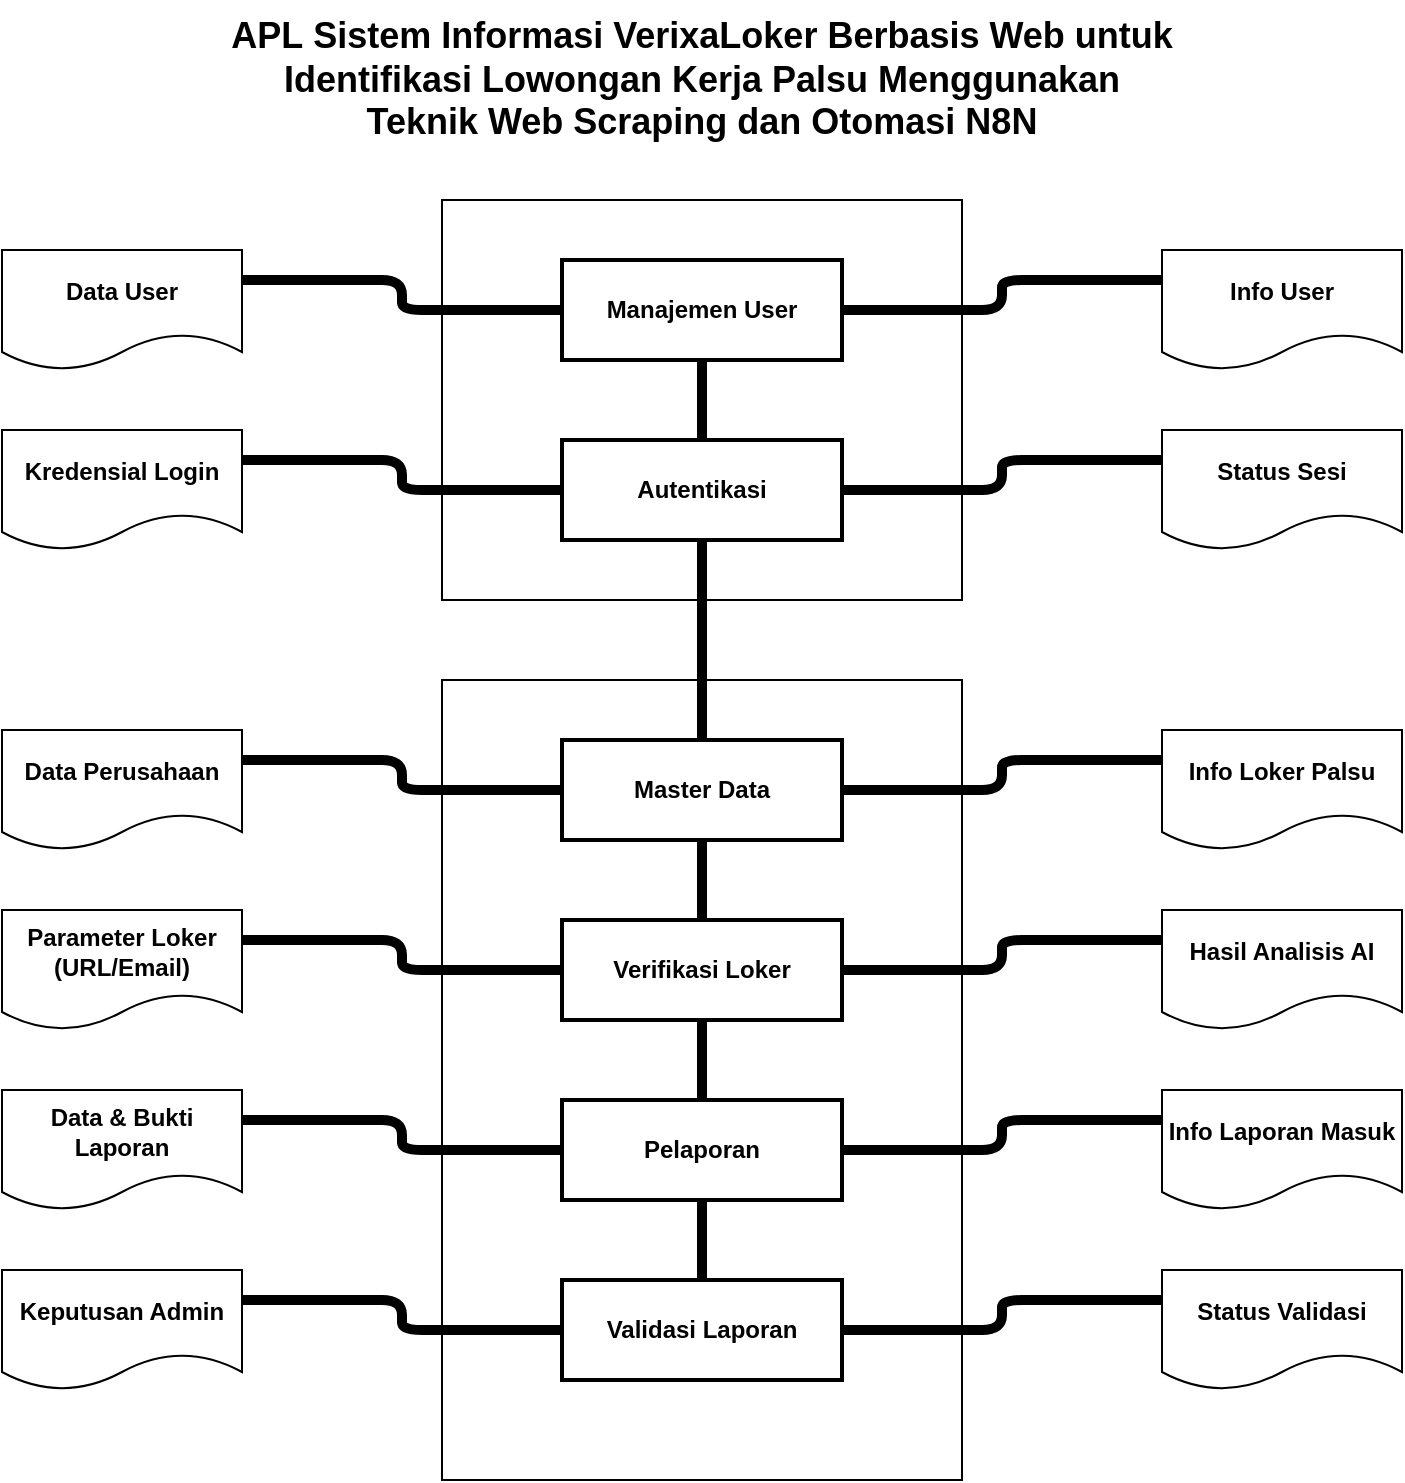
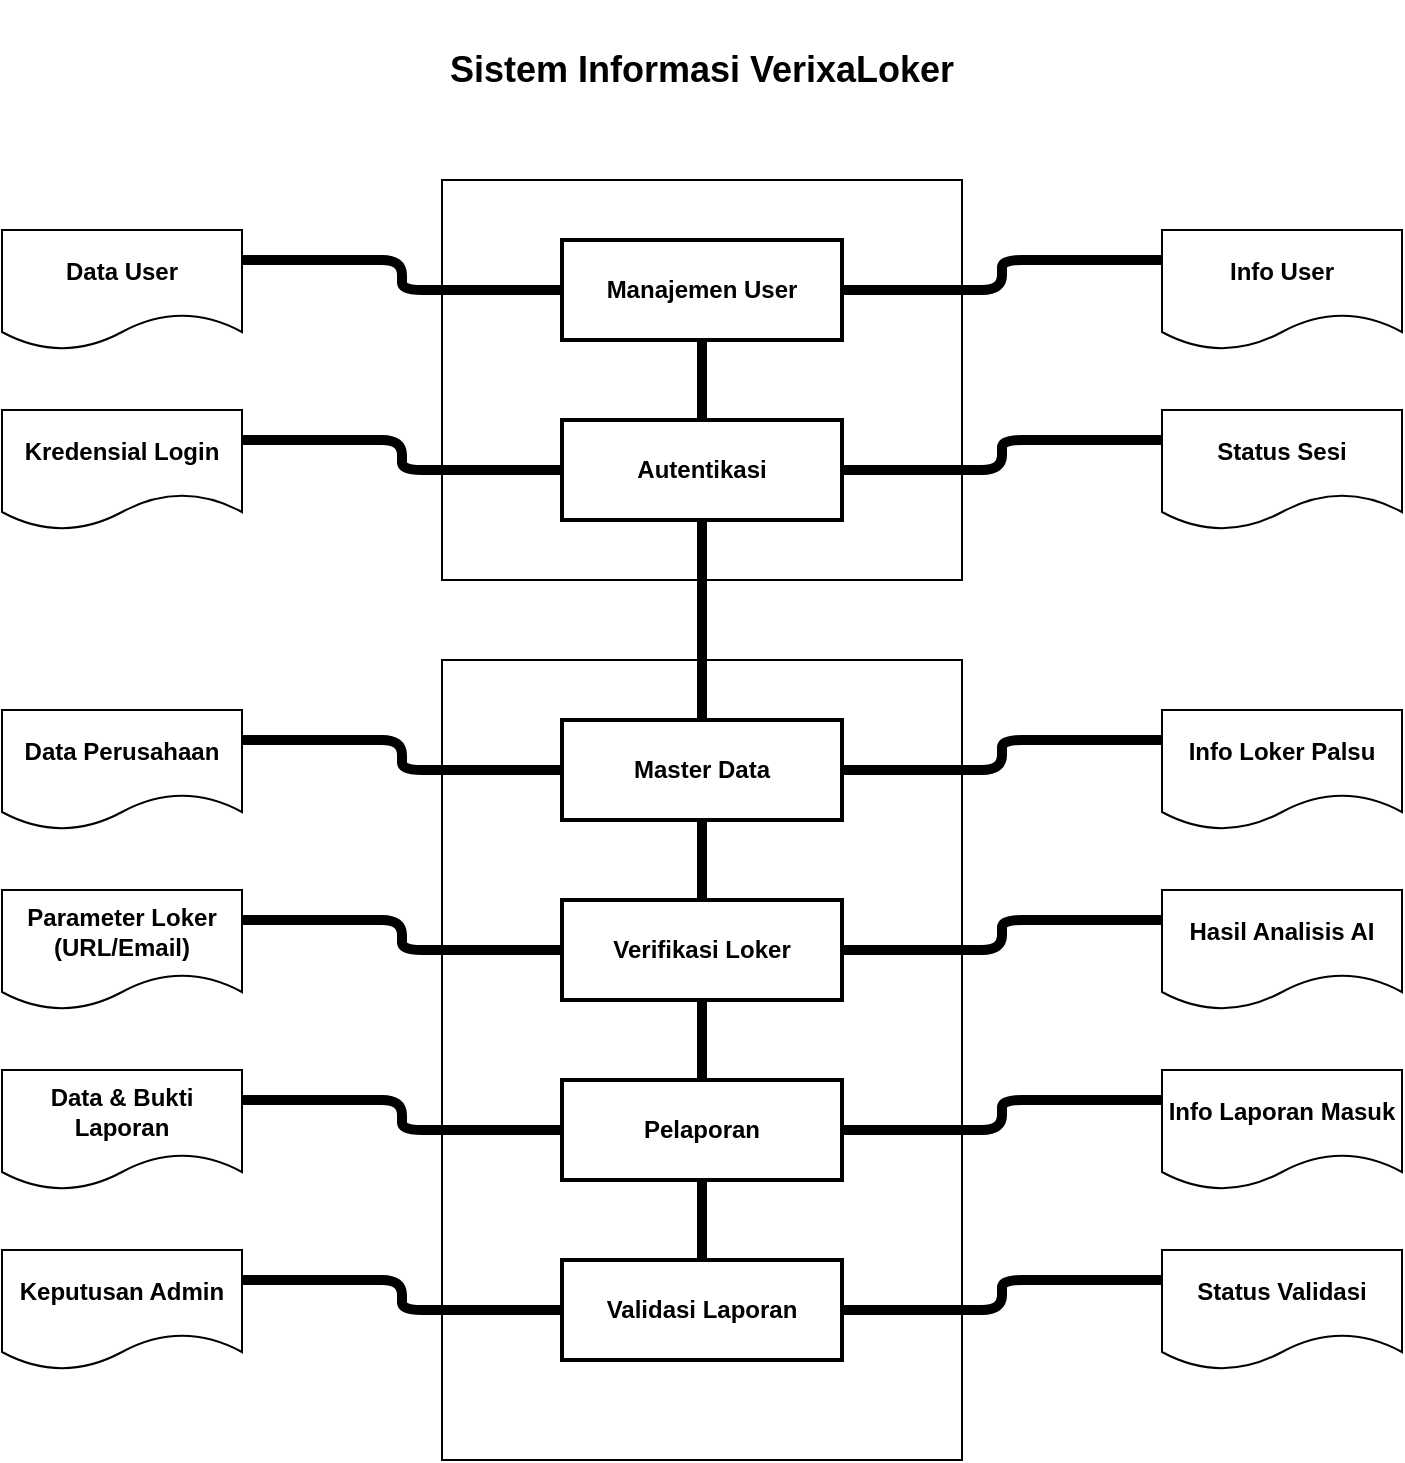
<mxfile host="app.diagrams.net">
  <diagram name="APL VerixaLoker" id="i-7SL1YVO0w94tZZ-Jdp">
    <mxGraphModel dx="1377" dy="751" grid="1" gridSize="10" guides="1" tooltips="1" connect="1" arrows="1" fold="1" page="1" pageScale="1" pageWidth="827" pageHeight="1169" math="0" shadow="0">
      <root>
        <mxCell id="0" />
        <mxCell id="1" parent="0" />
-         <mxCell id="0gd_UqL2Wvc8AEI8QQGb-2" parent="1" style="text;html=1;strokeColor=none;fillColor=none;align=center;verticalAlign=middle;whiteSpace=wrap;rounded=0;fontSize=18;fontStyle=1" value="&lt;div style=&quot;&quot;&gt;&lt;span style=&quot;background-color: transparent; color: light-dark(rgb(0, 0, 0), rgb(255, 255, 255));&quot;&gt;APL&amp;nbsp;Sistem Informasi VerixaLoker Berbasis Web untuk Identifikasi Lowongan Kerja Palsu Menggunakan Teknik Web Scraping dan Otomasi N8N&lt;/span&gt;&lt;/div&gt;" vertex="1">
-           <mxGeometry height="80" width="480" x="600" y="200" as="geometry" />
+         <mxCell id="0gd_UqL2Wvc8AEI8QQGb-2" parent="1" style="text;html=1;strokeColor=none;fillColor=none;align=center;verticalAlign=middle;whiteSpace=wrap;rounded=0;fontSize=18;fontStyle=1" value="&lt;div style=&quot;&quot;&gt;Sistem Informasi VerixaLoker&lt;/div&gt;" vertex="1">
+           <mxGeometry height="70" width="330" x="675" y="210" as="geometry" />
        </mxCell>
        <mxCell id="0gd_UqL2Wvc8AEI8QQGb-3" parent="1" style="whiteSpace=wrap;html=1;fillColor=none;strokeColor=#000000;strokeWidth=1;" value="" vertex="1">
          <mxGeometry height="200" width="260" x="710" y="300" as="geometry" />
        </mxCell>
        <mxCell id="0gd_UqL2Wvc8AEI8QQGb-4" parent="1" style="whiteSpace=wrap;html=1;fillColor=none;strokeColor=#000000;strokeWidth=1;" value="" vertex="1">
          <mxGeometry height="400" width="260" x="710" y="540" as="geometry" />
        </mxCell>
        <mxCell id="0gd_UqL2Wvc8AEI8QQGb-5" edge="1" parent="1" source="0gd_UqL2Wvc8AEI8QQGb-10" style="endArrow=none;endFill=0;strokeWidth=5;" target="0gd_UqL2Wvc8AEI8QQGb-11">
          <mxGeometry relative="1" as="geometry" />
        </mxCell>
        <mxCell id="0gd_UqL2Wvc8AEI8QQGb-6" edge="1" parent="1" source="0gd_UqL2Wvc8AEI8QQGb-11" style="endArrow=none;endFill=0;strokeWidth=5;" target="0gd_UqL2Wvc8AEI8QQGb-12">
          <mxGeometry relative="1" as="geometry" />
        </mxCell>
        <mxCell id="0gd_UqL2Wvc8AEI8QQGb-7" edge="1" parent="1" source="0gd_UqL2Wvc8AEI8QQGb-12" style="endArrow=none;endFill=0;strokeWidth=5;" target="0gd_UqL2Wvc8AEI8QQGb-13">
          <mxGeometry relative="1" as="geometry" />
        </mxCell>
        <mxCell id="0gd_UqL2Wvc8AEI8QQGb-8" edge="1" parent="1" source="0gd_UqL2Wvc8AEI8QQGb-13" style="endArrow=none;endFill=0;strokeWidth=5;" target="0gd_UqL2Wvc8AEI8QQGb-14">
          <mxGeometry relative="1" as="geometry" />
        </mxCell>
        <mxCell id="0gd_UqL2Wvc8AEI8QQGb-9" edge="1" parent="1" source="0gd_UqL2Wvc8AEI8QQGb-14" style="endArrow=none;endFill=0;strokeWidth=5;" target="0gd_UqL2Wvc8AEI8QQGb-15">
          <mxGeometry relative="1" as="geometry" />
        </mxCell>
        <mxCell id="0gd_UqL2Wvc8AEI8QQGb-10" parent="1" style="rounded=0;whiteSpace=wrap;html=1;fontStyle=1;strokeWidth=2;" value="Manajemen User" vertex="1">
          <mxGeometry height="50" width="140" x="770" y="330" as="geometry" />
        </mxCell>
        <mxCell id="0gd_UqL2Wvc8AEI8QQGb-11" parent="1" style="rounded=0;whiteSpace=wrap;html=1;fontStyle=1;strokeWidth=2;" value="Autentikasi" vertex="1">
          <mxGeometry height="50" width="140" x="770" y="420" as="geometry" />
        </mxCell>
        <mxCell id="0gd_UqL2Wvc8AEI8QQGb-12" parent="1" style="rounded=0;whiteSpace=wrap;html=1;fontStyle=1;strokeWidth=2;" value="Master Data" vertex="1">
          <mxGeometry height="50" width="140" x="770" y="570" as="geometry" />
        </mxCell>
        <mxCell id="0gd_UqL2Wvc8AEI8QQGb-13" parent="1" style="rounded=0;whiteSpace=wrap;html=1;fontStyle=1;strokeWidth=2;" value="Verifikasi Loker" vertex="1">
          <mxGeometry height="50" width="140" x="770" y="660" as="geometry" />
        </mxCell>
        <mxCell id="0gd_UqL2Wvc8AEI8QQGb-14" parent="1" style="rounded=0;whiteSpace=wrap;html=1;fontStyle=1;strokeWidth=2;" value="Pelaporan" vertex="1">
          <mxGeometry height="50" width="140" x="770" y="750" as="geometry" />
        </mxCell>
        <mxCell id="0gd_UqL2Wvc8AEI8QQGb-15" parent="1" style="rounded=0;whiteSpace=wrap;html=1;fontStyle=1;strokeWidth=2;" value="Validasi Laporan" vertex="1">
          <mxGeometry height="50" width="140" x="770" y="840" as="geometry" />
        </mxCell>
        <mxCell id="0gd_UqL2Wvc8AEI8QQGb-16" parent="1" style="shape=document;whiteSpace=wrap;html=1;boundedLbl=1;fontStyle=1;strokeWidth=1;" value="Data User" vertex="1">
          <mxGeometry height="60" width="120" x="490" y="325" as="geometry" />
        </mxCell>
        <mxCell id="0gd_UqL2Wvc8AEI8QQGb-17" parent="1" style="shape=document;whiteSpace=wrap;html=1;boundedLbl=1;fontStyle=1;strokeWidth=1;" value="Kredensial Login" vertex="1">
          <mxGeometry height="60" width="120" x="490" y="415" as="geometry" />
        </mxCell>
        <mxCell id="0gd_UqL2Wvc8AEI8QQGb-18" parent="1" style="shape=document;whiteSpace=wrap;html=1;boundedLbl=1;fontStyle=1;strokeWidth=1;" value="Data Perusahaan" vertex="1">
          <mxGeometry height="60" width="120" x="490" y="565" as="geometry" />
        </mxCell>
        <mxCell id="0gd_UqL2Wvc8AEI8QQGb-19" parent="1" style="shape=document;whiteSpace=wrap;html=1;boundedLbl=1;fontStyle=1;strokeWidth=1;" value="Parameter Loker&#xa;(URL/Email)" vertex="1">
          <mxGeometry height="60" width="120" x="490" y="655" as="geometry" />
        </mxCell>
        <mxCell id="0gd_UqL2Wvc8AEI8QQGb-20" parent="1" style="shape=document;whiteSpace=wrap;html=1;boundedLbl=1;fontStyle=1;strokeWidth=1;" value="Data &amp; Bukti Laporan" vertex="1">
          <mxGeometry height="60" width="120" x="490" y="745" as="geometry" />
        </mxCell>
        <mxCell id="0gd_UqL2Wvc8AEI8QQGb-21" parent="1" style="shape=document;whiteSpace=wrap;html=1;boundedLbl=1;fontStyle=1;strokeWidth=1;" value="Keputusan Admin" vertex="1">
          <mxGeometry height="60" width="120" x="490" y="835" as="geometry" />
        </mxCell>
        <mxCell id="0gd_UqL2Wvc8AEI8QQGb-22" parent="1" style="shape=document;whiteSpace=wrap;html=1;boundedLbl=1;fontStyle=1;strokeWidth=1;" value="Info User" vertex="1">
          <mxGeometry height="60" width="120" x="1070" y="325" as="geometry" />
        </mxCell>
        <mxCell id="0gd_UqL2Wvc8AEI8QQGb-23" parent="1" style="shape=document;whiteSpace=wrap;html=1;boundedLbl=1;fontStyle=1;strokeWidth=1;" value="Status Sesi" vertex="1">
          <mxGeometry height="60" width="120" x="1070" y="415" as="geometry" />
        </mxCell>
        <mxCell id="0gd_UqL2Wvc8AEI8QQGb-24" parent="1" style="shape=document;whiteSpace=wrap;html=1;boundedLbl=1;fontStyle=1;strokeWidth=1;" value="Info Loker Palsu" vertex="1">
          <mxGeometry height="60" width="120" x="1070" y="565" as="geometry" />
        </mxCell>
        <mxCell id="0gd_UqL2Wvc8AEI8QQGb-25" parent="1" style="shape=document;whiteSpace=wrap;html=1;boundedLbl=1;fontStyle=1;strokeWidth=1;" value="Hasil Analisis AI" vertex="1">
          <mxGeometry height="60" width="120" x="1070" y="655" as="geometry" />
        </mxCell>
        <mxCell id="0gd_UqL2Wvc8AEI8QQGb-26" parent="1" style="shape=document;whiteSpace=wrap;html=1;boundedLbl=1;fontStyle=1;strokeWidth=1;" value="Info Laporan Masuk" vertex="1">
          <mxGeometry height="60" width="120" x="1070" y="745" as="geometry" />
        </mxCell>
        <mxCell id="0gd_UqL2Wvc8AEI8QQGb-27" parent="1" style="shape=document;whiteSpace=wrap;html=1;boundedLbl=1;fontStyle=1;strokeWidth=1;" value="Status Validasi" vertex="1">
          <mxGeometry height="60" width="120" x="1070" y="835" as="geometry" />
        </mxCell>
        <mxCell id="0gd_UqL2Wvc8AEI8QQGb-28" edge="1" parent="1" source="0gd_UqL2Wvc8AEI8QQGb-16" style="endArrow=none;endFill=0;strokeWidth=5;exitX=1;exitY=0.25;exitDx=0;exitDy=0;edgeStyle=orthogonalEdgeStyle;" target="0gd_UqL2Wvc8AEI8QQGb-10">
          <mxGeometry relative="1" as="geometry" />
        </mxCell>
        <mxCell id="0gd_UqL2Wvc8AEI8QQGb-29" edge="1" parent="1" source="0gd_UqL2Wvc8AEI8QQGb-17" style="endArrow=none;endFill=0;strokeWidth=5;edgeStyle=orthogonalEdgeStyle;exitX=1;exitY=0.25;exitDx=0;exitDy=0;" target="0gd_UqL2Wvc8AEI8QQGb-11">
          <mxGeometry relative="1" as="geometry" />
        </mxCell>
        <mxCell id="0gd_UqL2Wvc8AEI8QQGb-30" edge="1" parent="1" source="0gd_UqL2Wvc8AEI8QQGb-18" style="endArrow=none;endFill=0;strokeWidth=5;edgeStyle=orthogonalEdgeStyle;exitX=1;exitY=0.25;exitDx=0;exitDy=0;" target="0gd_UqL2Wvc8AEI8QQGb-12">
          <mxGeometry relative="1" as="geometry" />
        </mxCell>
        <mxCell id="0gd_UqL2Wvc8AEI8QQGb-31" edge="1" parent="1" source="0gd_UqL2Wvc8AEI8QQGb-19" style="endArrow=none;endFill=0;strokeWidth=5;edgeStyle=orthogonalEdgeStyle;exitX=1;exitY=0.25;exitDx=0;exitDy=0;" target="0gd_UqL2Wvc8AEI8QQGb-13">
          <mxGeometry relative="1" as="geometry" />
        </mxCell>
        <mxCell id="0gd_UqL2Wvc8AEI8QQGb-32" edge="1" parent="1" source="0gd_UqL2Wvc8AEI8QQGb-20" style="endArrow=none;endFill=0;strokeWidth=5;edgeStyle=orthogonalEdgeStyle;exitX=1;exitY=0.25;exitDx=0;exitDy=0;" target="0gd_UqL2Wvc8AEI8QQGb-14">
          <mxGeometry relative="1" as="geometry" />
        </mxCell>
        <mxCell id="0gd_UqL2Wvc8AEI8QQGb-33" edge="1" parent="1" source="0gd_UqL2Wvc8AEI8QQGb-21" style="endArrow=none;endFill=0;strokeWidth=5;edgeStyle=orthogonalEdgeStyle;exitX=1;exitY=0.25;exitDx=0;exitDy=0;" target="0gd_UqL2Wvc8AEI8QQGb-15">
          <mxGeometry relative="1" as="geometry" />
        </mxCell>
        <mxCell id="0gd_UqL2Wvc8AEI8QQGb-34" edge="1" parent="1" source="0gd_UqL2Wvc8AEI8QQGb-10" style="endArrow=none;endFill=0;strokeWidth=5;entryX=0;entryY=0.25;entryDx=0;entryDy=0;edgeStyle=orthogonalEdgeStyle;" target="0gd_UqL2Wvc8AEI8QQGb-22">
          <mxGeometry relative="1" as="geometry" />
        </mxCell>
        <mxCell id="0gd_UqL2Wvc8AEI8QQGb-35" edge="1" parent="1" source="0gd_UqL2Wvc8AEI8QQGb-11" style="endArrow=none;endFill=0;strokeWidth=5;edgeStyle=orthogonalEdgeStyle;entryX=0;entryY=0.25;entryDx=0;entryDy=0;" target="0gd_UqL2Wvc8AEI8QQGb-23">
          <mxGeometry relative="1" as="geometry" />
        </mxCell>
        <mxCell id="0gd_UqL2Wvc8AEI8QQGb-36" edge="1" parent="1" source="0gd_UqL2Wvc8AEI8QQGb-12" style="endArrow=none;endFill=0;strokeWidth=5;edgeStyle=orthogonalEdgeStyle;entryX=0;entryY=0.25;entryDx=0;entryDy=0;" target="0gd_UqL2Wvc8AEI8QQGb-24">
          <mxGeometry relative="1" as="geometry" />
        </mxCell>
        <mxCell id="0gd_UqL2Wvc8AEI8QQGb-37" edge="1" parent="1" source="0gd_UqL2Wvc8AEI8QQGb-13" style="endArrow=none;endFill=0;strokeWidth=5;edgeStyle=orthogonalEdgeStyle;entryX=0;entryY=0.25;entryDx=0;entryDy=0;" target="0gd_UqL2Wvc8AEI8QQGb-25">
          <mxGeometry relative="1" as="geometry" />
        </mxCell>
        <mxCell id="0gd_UqL2Wvc8AEI8QQGb-38" edge="1" parent="1" source="0gd_UqL2Wvc8AEI8QQGb-14" style="endArrow=none;endFill=0;strokeWidth=5;edgeStyle=orthogonalEdgeStyle;entryX=0;entryY=0.25;entryDx=0;entryDy=0;" target="0gd_UqL2Wvc8AEI8QQGb-26">
          <mxGeometry relative="1" as="geometry" />
        </mxCell>
        <mxCell id="0gd_UqL2Wvc8AEI8QQGb-39" edge="1" parent="1" source="0gd_UqL2Wvc8AEI8QQGb-15" style="endArrow=none;endFill=0;strokeWidth=5;edgeStyle=orthogonalEdgeStyle;entryX=0;entryY=0.25;entryDx=0;entryDy=0;" target="0gd_UqL2Wvc8AEI8QQGb-27">
          <mxGeometry relative="1" as="geometry" />
        </mxCell>
      </root>
    </mxGraphModel>
  </diagram>
</mxfile>
